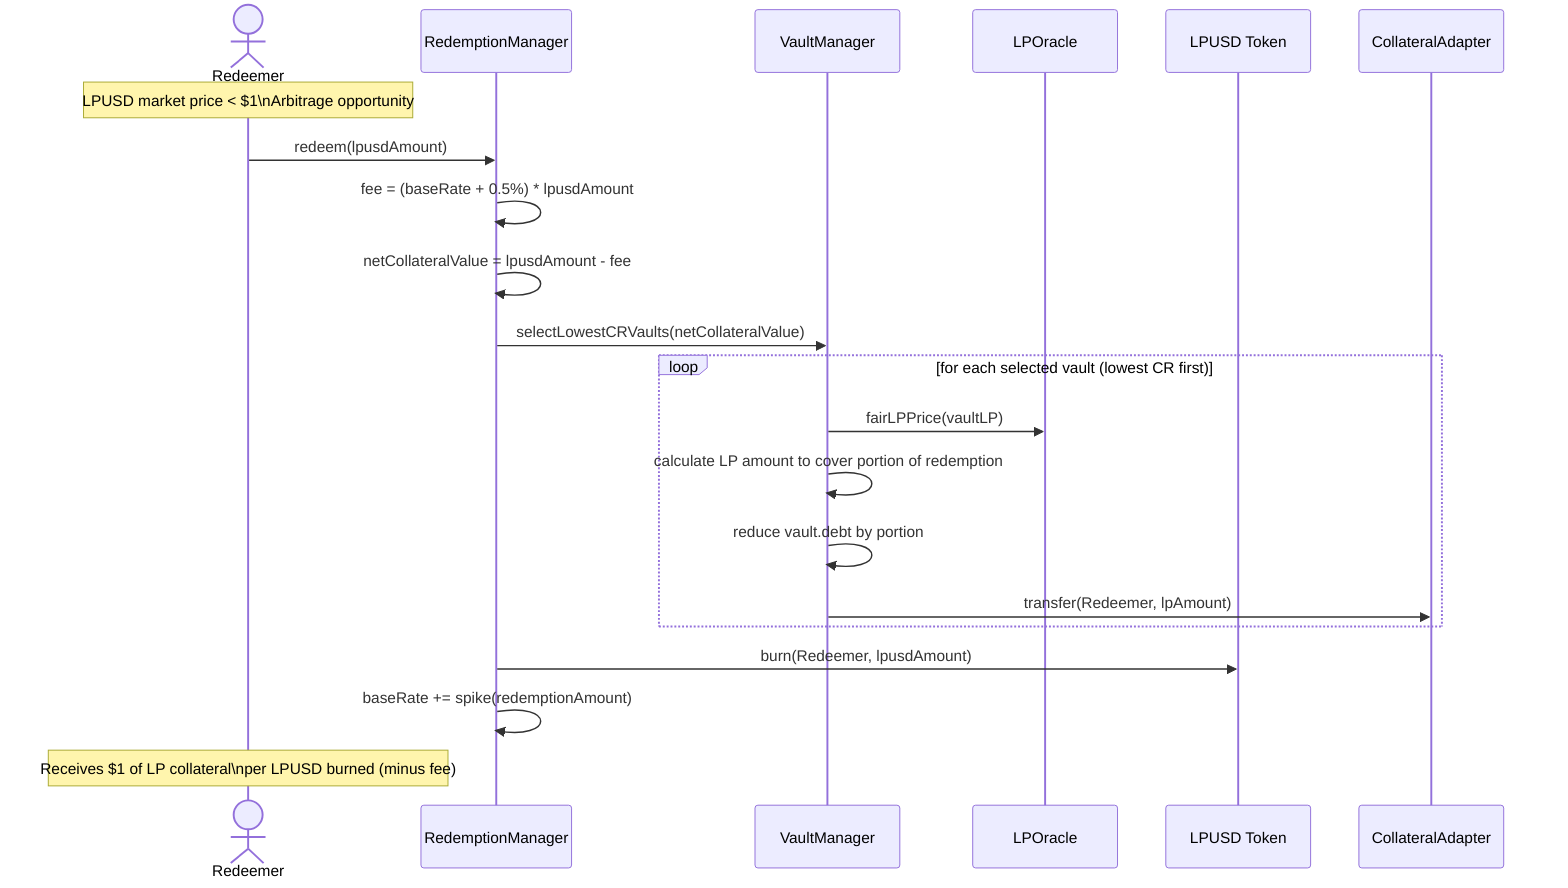
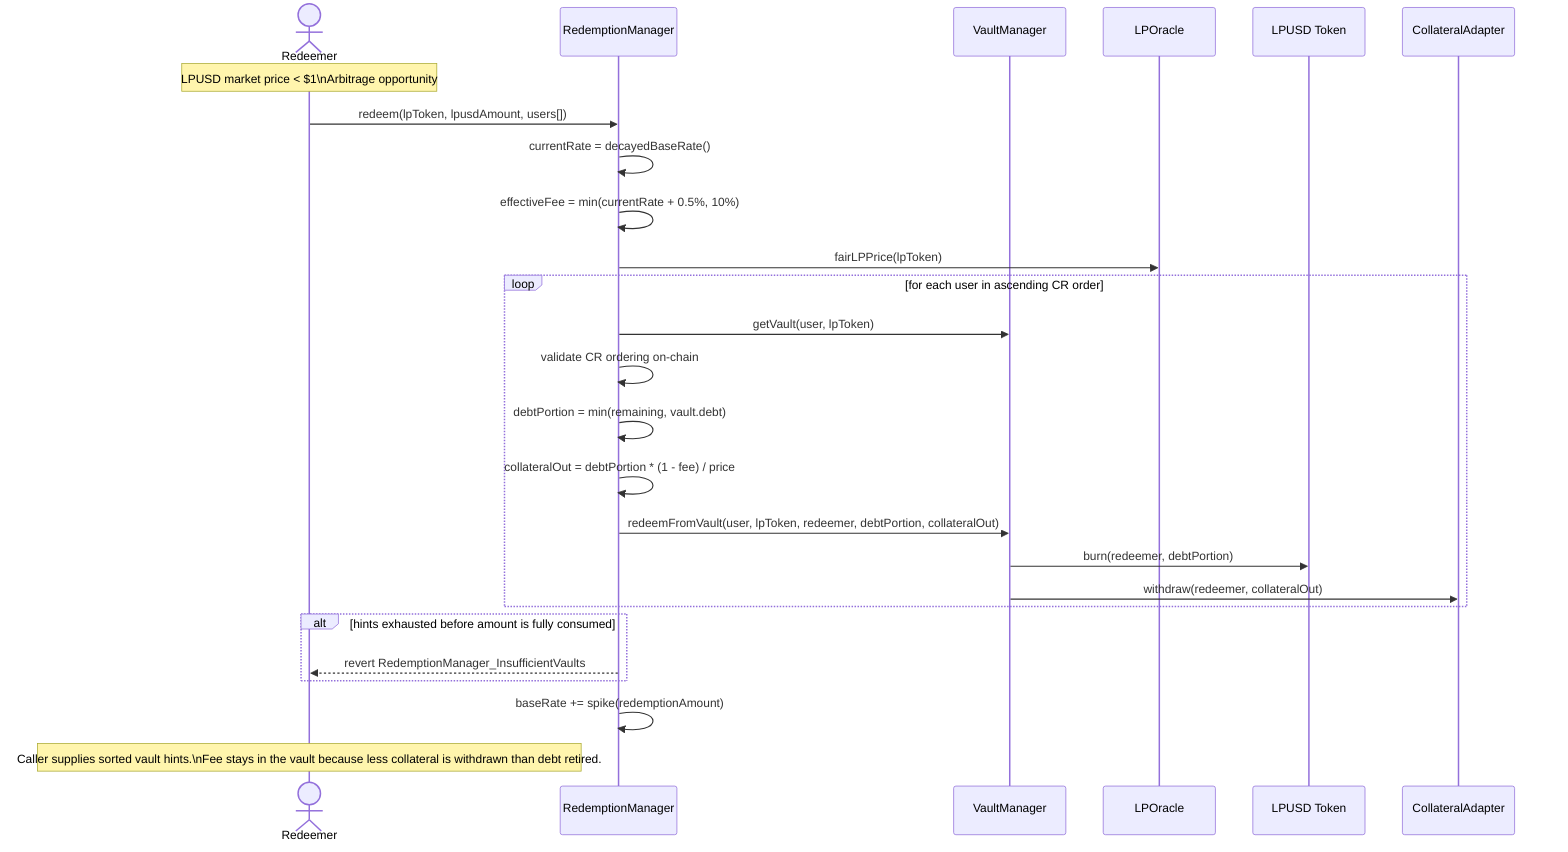
sequenceDiagram
    actor Redeemer
    participant RM as RedemptionManager
    participant VM as VaultManager
    participant Oracle as LPOracle
    participant LPUSD as LPUSD Token
    participant CA as CollateralAdapter

    Note over Redeemer: LPUSD market price < $1\nArbitrage opportunity

-     Redeemer->>RM: redeem(lpusdAmount)
-     RM->>RM: fee = (baseRate + 0.5%) * lpusdAmount
-     RM->>RM: netCollateralValue = lpusdAmount - fee
-     RM->>VM: selectLowestCRVaults(netCollateralValue)
-     loop for each selected vault (lowest CR first)
-         VM->>Oracle: fairLPPrice(vaultLP)
-         VM->>VM: calculate LP amount to cover portion of redemption
-         VM->>VM: reduce vault.debt by portion
-         VM->>CA: transfer(Redeemer, lpAmount)
+     Redeemer->>RM: redeem(lpToken, lpusdAmount, users[])
+     RM->>RM: currentRate = decayedBaseRate()
+     RM->>RM: effectiveFee = min(currentRate + 0.5%, 10%)
+     RM->>Oracle: fairLPPrice(lpToken)
+     loop for each user in ascending CR order
+         RM->>VM: getVault(user, lpToken)
+         RM->>RM: validate CR ordering on-chain
+         RM->>RM: debtPortion = min(remaining, vault.debt)
+         RM->>RM: collateralOut = debtPortion * (1 - fee) / price
+         RM->>VM: redeemFromVault(user, lpToken, redeemer, debtPortion, collateralOut)
+         VM->>LPUSD: burn(redeemer, debtPortion)
+         VM->>CA: withdraw(redeemer, collateralOut)
    end
-     RM->>LPUSD: burn(Redeemer, lpusdAmount)
+     alt hints exhausted before amount is fully consumed
+         RM-->>Redeemer: revert RedemptionManager_InsufficientVaults
+     end
    RM->>RM: baseRate += spike(redemptionAmount)
-     Note over Redeemer: Receives $1 of LP collateral\nper LPUSD burned (minus fee)+     Note over Redeemer: Caller supplies sorted vault hints.\nFee stays in the vault because less collateral is withdrawn than debt retired.